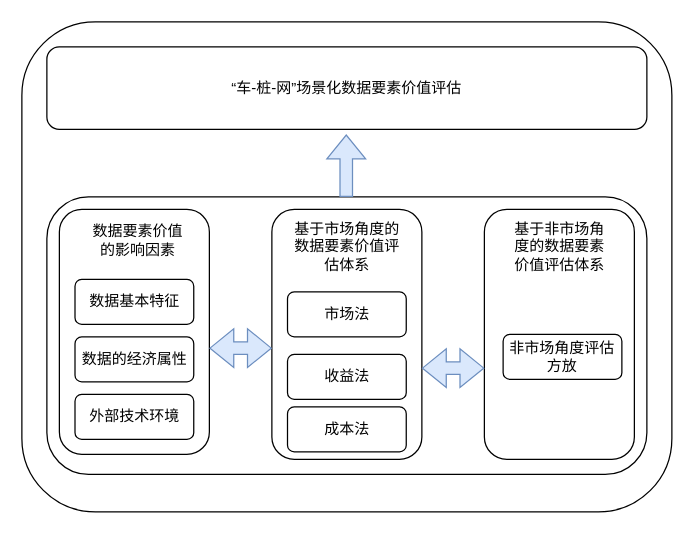
The draw.io diagram page "第 3 页" (3 of 5) of drawio/数据要素研究内容.drawio in raingnight/Blog_Pic, before the edit. Source tidied: cells renumbered, new cells numbered last; positions are measured from the earlier drawing's top-left corner, leaving out a move shared by most shapes. Both pictures are drawn from the tidied source at 125%, with x=0, y=0 at pixel (21, 21).
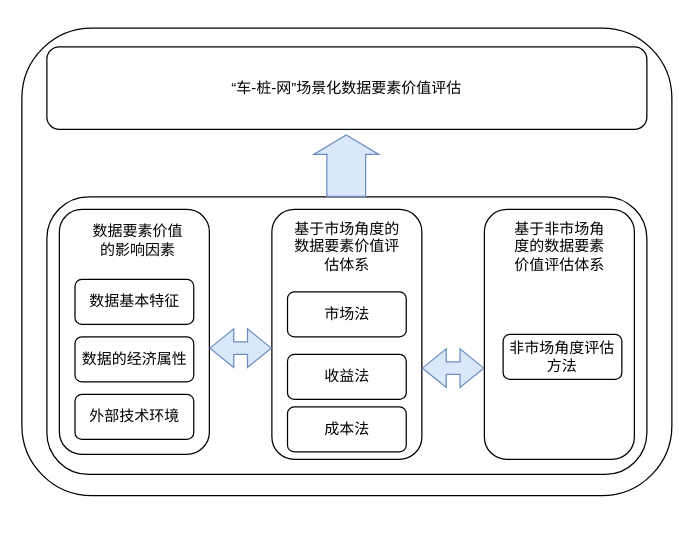
The same page after the edit.

Change to the diagram source:
```diff
@@
     <mxCell id="2" style="rounded=1;whiteSpace=wrap;html=1;" parent="1" vertex="1">
-      <mxGeometry width="520" height="392" as="geometry" />
+      <mxGeometry y="5" width="520" height="374" as="geometry" />
     </mxCell>
@@
-    <mxCell id="10" style="shape=flexArrow;endArrow=classic;html=1;rounded=0;fillColor=#dae8fc;strokeColor=#6c8ebf;" parent="1" edge="1">
+    <mxCell id="10" style="shape=flexArrow;endArrow=classic;html=1;rounded=0;fillColor=#dae8fc;strokeColor=#6c8ebf;width=31;endSize=4.83;" parent="1" edge="1">
       <mxGeometry relative="1" as="geometry">
         <mxPoint x="259.5" y="140" as="sourcePoint" />
         <mxPoint x="259.5" y="90" as="targetPoint" />
       </mxGeometry>
     </mxCell>
@@
-    <mxCell id="21" value="非市场角度评估方放" style="rounded=1;whiteSpace=wrap;html=1;" parent="1" vertex="1">
+    <mxCell id="21" value="非市场角度评估方法" style="rounded=1;whiteSpace=wrap;html=1;" parent="1" vertex="1">
       <mxGeometry x="385" y="250" width="95" height="36" as="geometry" />
     </mxCell>
```
